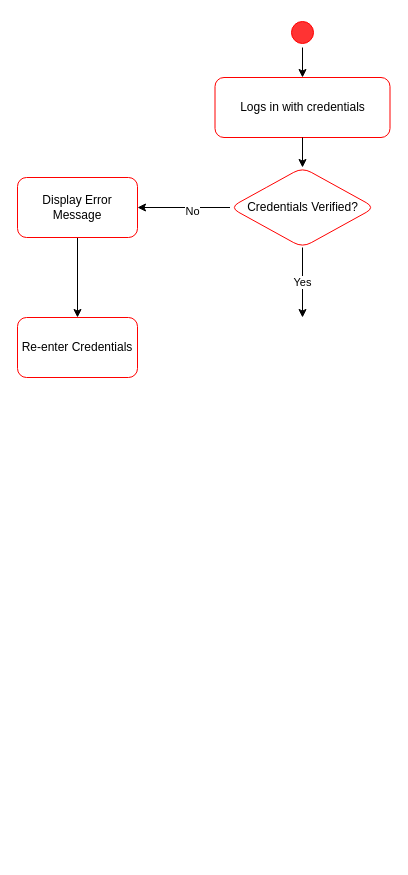
Earlier version of the draw.io diagram DIAGRAMS/View Student Status Activity Diagram.drawio (551462-Design-Develop-Deploy-24-25/001-port-individual-software-project-portfolio-MMukhtar1885). Source tidied: cells renumbered, new cells numbered last; positions are measured from the earlier drawing's top-left corner, leaving out a move shared by most shapes. Both pictures are drawn from the tidied source at 100%, with x=0, y=0 at pixel (17, 17).
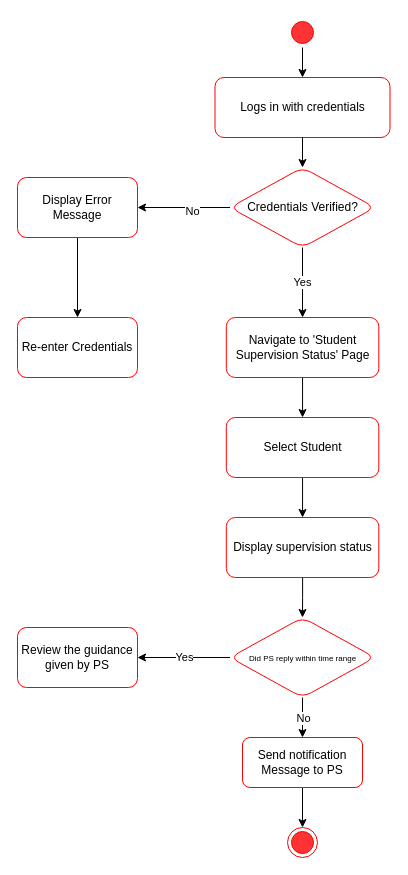
The same diagram, later.

The change refers to these unchanged cells:
```xml
<mxCell id="7" value="Credentials Verified?" style="rhombus;whiteSpace=wrap;html=1;fillColor=#FFFFFF;strokeColor=#ff0000;rounded=1;" parent="1" vertex="1">
  <mxGeometry x="212.5" y="150" width="145" height="80" as="geometry" />
</mxCell>
```

Diff of the diagram source:
```diff
@@
-    <mxCell id="6" value="Yes" style="edgeStyle=orthogonalEdgeStyle;rounded=0;jettySize=auto;html=1;entryX=0.5;entryY=0;entryDx=0;entryDy=0;" parent="1" edge="1" source="7">
-      <mxGeometry relative="1" as="geometry">
-        <mxPoint x="285" y="300" as="targetPoint" />
-      </mxGeometry>
+    <mxCell id="6" value="Yes" style="edgeStyle=orthogonalEdgeStyle;rounded=0;jettySize=auto;html=1;entryX=0.5;entryY=0;entryDx=0;entryDy=0;" parent="1" edge="1" source="7" target="14">
+      <mxGeometry relative="1" as="geometry" />
     </mxCell>
@@
+    <mxCell id="13" style="edgeStyle=orthogonalEdgeStyle;rounded=0;jettySize=auto;html=1;" parent="1" edge="1" source="14" target="16">
+      <mxGeometry relative="1" as="geometry" />
+    </mxCell>
+    <mxCell id="14" value="Navigate to 'Student Supervision Status' Page" style="rounded=1;whiteSpace=wrap;html=1;fillColor=#FFFFFF;strokeColor=#ff0000;" parent="1" vertex="1">
+      <mxGeometry x="208.8" y="300" width="152.5" height="60" as="geometry" />
+    </mxCell>
+    <mxCell id="15" style="edgeStyle=orthogonalEdgeStyle;rounded=0;jettySize=auto;html=1;" parent="1" edge="1" source="16" target="18">
+      <mxGeometry relative="1" as="geometry" />
+    </mxCell>
+    <mxCell id="16" value="Select Student" style="rounded=1;whiteSpace=wrap;html=1;fillColor=#FFFFFF;strokeColor=#ff0000;" parent="1" vertex="1">
+      <mxGeometry x="208.8" y="400" width="152.5" height="60" as="geometry" />
+    </mxCell>
+    <mxCell id="17" style="edgeStyle=orthogonalEdgeStyle;rounded=0;jettySize=auto;html=1;entryX=0.5;entryY=0;entryDx=0;entryDy=0;" parent="1" edge="1" source="18" target="22">
+      <mxGeometry relative="1" as="geometry" />
+    </mxCell>
+    <mxCell id="18" value="Display supervision status" style="rounded=1;whiteSpace=wrap;html=1;fillColor=#FFFFFF;strokeColor=#ff0000;" parent="1" vertex="1">
+      <mxGeometry x="208.8" y="500" width="152.5" height="60" as="geometry" />
+    </mxCell>
+    <mxCell id="19" value="Yes" style="edgeStyle=orthogonalEdgeStyle;rounded=0;jettySize=auto;html=1;" parent="1" edge="1" source="22" target="23">
+      <mxGeometry relative="1" as="geometry" />
+    </mxCell>
+    <mxCell id="20" style="edgeStyle=orthogonalEdgeStyle;rounded=0;jettySize=auto;html=1;" parent="1" edge="1" source="22" target="25">
+      <mxGeometry relative="1" as="geometry" />
+    </mxCell>
+    <mxCell id="21" value="No" style="edgeLabel;html=1;align=center;verticalAlign=middle;" parent="20" vertex="1">
+      <mxGeometry relative="1" as="geometry" />
+    </mxCell>
+    <mxCell id="22" value="&lt;font style=&quot;font-size: 8px;&quot;&gt;Did PS reply within time range&lt;/font&gt;" style="rhombus;whiteSpace=wrap;html=1;fillColor=#FFFFFF;strokeColor=#ff0000;rounded=1;" parent="1" vertex="1">
+      <mxGeometry x="212.5" y="600" width="145" height="80" as="geometry" />
+    </mxCell>
+    <mxCell id="23" value="Review the guidance given by PS" style="whiteSpace=wrap;html=1;fillColor=#FFFFFF;strokeColor=#ff0000;rounded=1;" parent="1" vertex="1">
+      <mxGeometry y="610" width="120" height="60" as="geometry" />
+    </mxCell>
+    <mxCell id="24" style="edgeStyle=orthogonalEdgeStyle;rounded=0;jettySize=auto;html=1;entryX=0.5;entryY=0;entryDx=0;entryDy=0;" parent="1" edge="1" source="25" target="26">
+      <mxGeometry relative="1" as="geometry" />
+    </mxCell>
+    <mxCell id="25" value="Send notification Message to PS" style="whiteSpace=wrap;html=1;fillColor=#FFFFFF;strokeColor=#ff0000;rounded=1;" parent="1" vertex="1">
+      <mxGeometry x="225" y="720" width="120" height="50" as="geometry" />
+    </mxCell>
+    <mxCell id="26" style="ellipse;html=1;shape=endState;fillColor=#FF3333;strokeColor=#ff0000;" parent="1" vertex="1">
+      <mxGeometry x="270" y="810" width="30" height="30" as="geometry" />
+    </mxCell>
```
